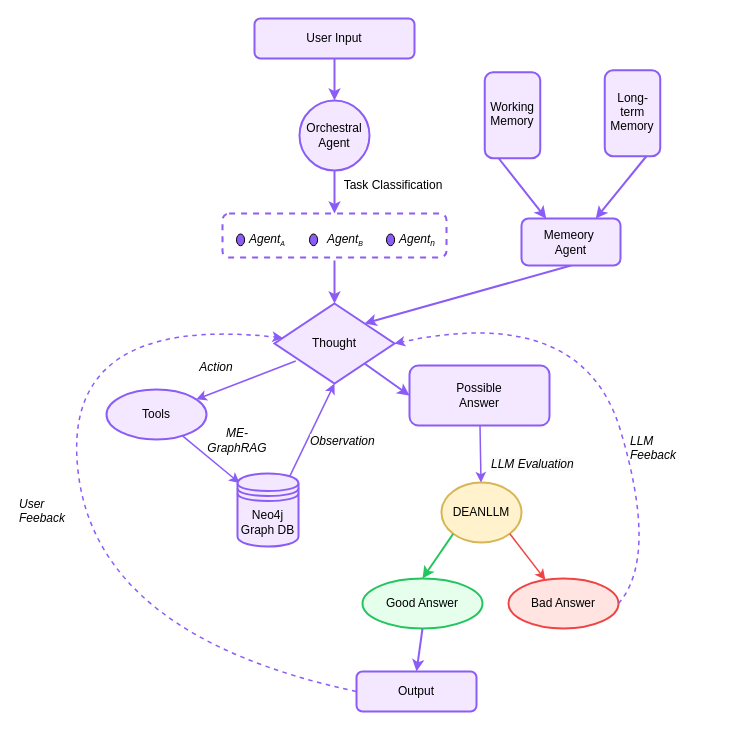
SALT-Lab-Human-AI/project-check-point-1-aidee keeps this draw.io diagram as additional items/workflow.drawio. Above is the earlier version. Source tidied: cells renumbered, new cells numbered last; positions are measured from the earlier drawing's top-left corner, leaving out a move shared by most shapes. Both pictures are drawn from the tidied source at 100%, with x=0, y=0 at pixel (17, 18).
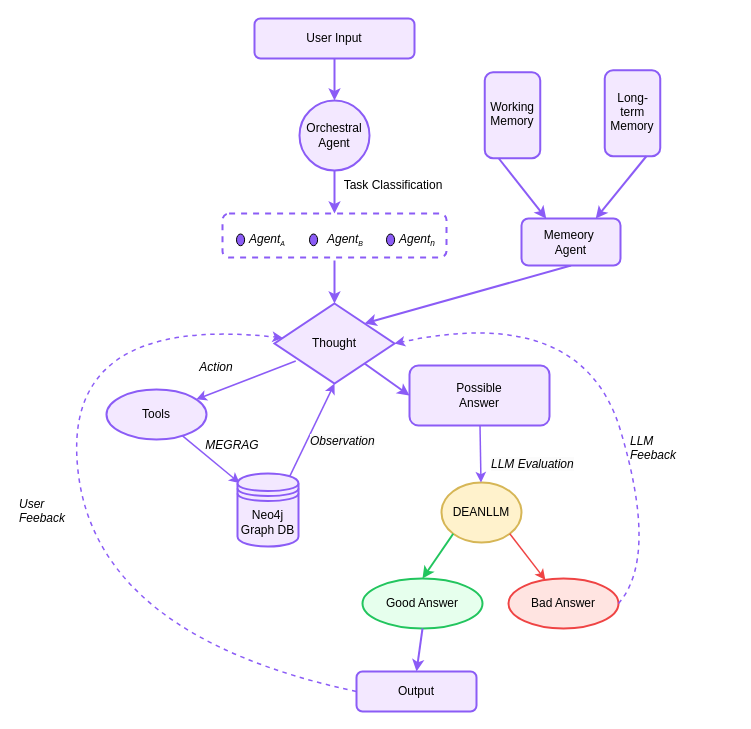
The same diagram, later.

Diff of the diagram source:
```diff
@@
-    <mxCell id="28" value="ME-GraphRAG" style="text;html=1;strokeColor=none;fillColor=none;align=center;verticalAlign=middle;whiteSpace=wrap;rounded=0;fontColor=#000000;fontStyle=2;" parent="1" vertex="1">
-      <mxGeometry x="203" y="412" width="34" height="20" as="geometry" />
+    <mxCell id="28" value="MEGRAG" style="text;html=1;strokeColor=none;fillColor=none;align=center;verticalAlign=middle;whiteSpace=wrap;rounded=0;fontColor=#000000;fontStyle=2;" parent="1" vertex="1">
+      <mxGeometry x="198" y="417" width="34" height="20" as="geometry" />
     </mxCell>
```
